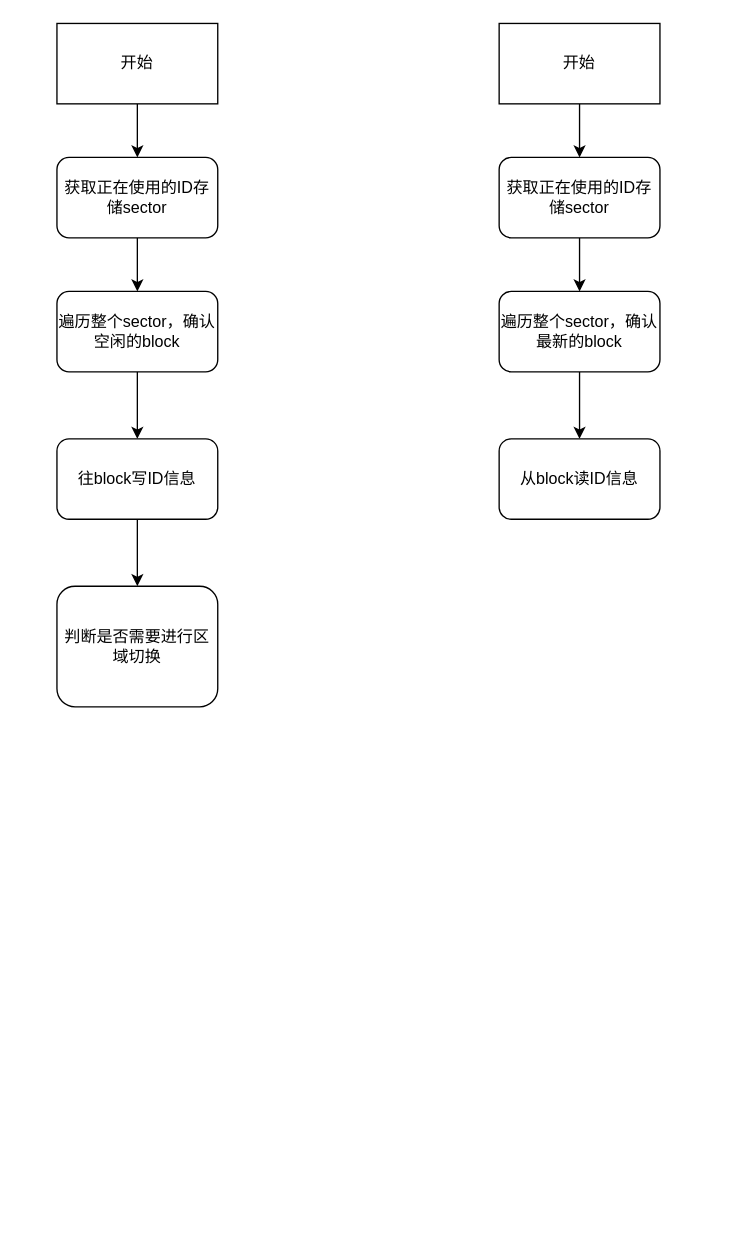
blackfalsehood/mycode keeps this draw.io diagram as page "Page-2" (2 of 3) of P3.drawio. Above is the earlier version. Source tidied: cells renumbered, new cells numbered last; positions are measured from the earlier drawing's top-left corner, leaving out a move shared by most shapes. Both pictures are drawn from the tidied source at 134%, with x=0, y=0 at pixel (56, 23).
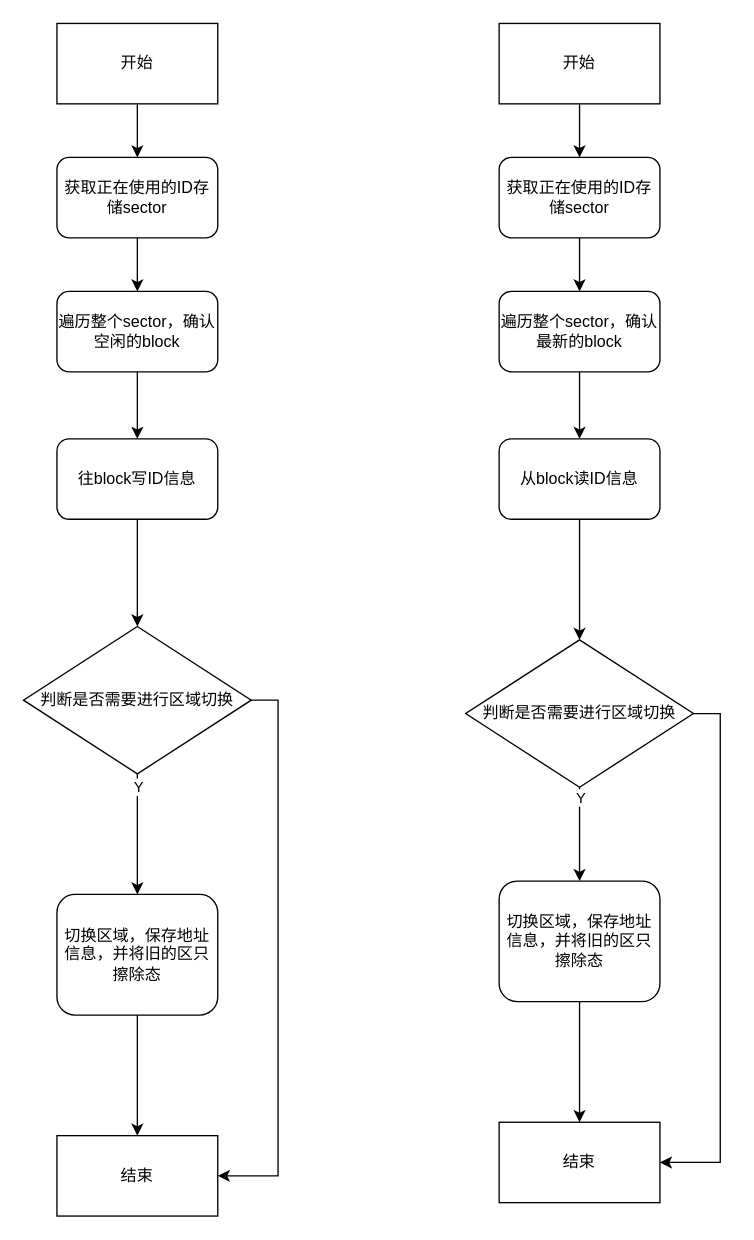
Above is the later version.

The change refers to these unchanged cells:
```xml
<mxCell id="9" value="往block写ID信息" style="rounded=1;whiteSpace=wrap;html=1;" parent="1" vertex="1">
  <mxGeometry y="310" width="120" height="60" as="geometry" />
</mxCell>
<mxCell id="17" value="从block读ID信息" style="rounded=1;whiteSpace=wrap;html=1;" parent="1" vertex="1">
  <mxGeometry x="330" y="310" width="120" height="60" as="geometry" />
</mxCell>
```

Diff of the diagram source:
```diff
@@
-    <mxCell id="8" style="edgeStyle=orthogonalEdgeStyle;rounded=0;jettySize=auto;html=1;" parent="1" edge="1" source="9" target="10">
+    <mxCell id="8" style="edgeStyle=orthogonalEdgeStyle;rounded=0;jettySize=auto;html=1;entryX=0.5;entryY=0;entryDx=0;entryDy=0;" parent="1" edge="1" source="9" target="23">
       <mxGeometry relative="1" as="geometry" />
     </mxCell>
@@
+    <mxCell id="18" style="edgeStyle=orthogonalEdgeStyle;rounded=0;jettySize=auto;html=1;exitX=0.5;exitY=1;exitDx=0;exitDy=0;entryX=0.5;entryY=0;entryDx=0;entryDy=0;" parent="1" edge="1" source="10" target="24">
+      <mxGeometry relative="1" as="geometry" />
+    </mxCell>
-    <mxCell id="10" value="判断是否需要进行区域切换" style="whiteSpace=wrap;html=1;rounded=1;" parent="1" vertex="1">
-      <mxGeometry y="420" width="120" height="90" as="geometry" />
+    <mxCell id="10" value="切换区域，保存地址信息，并将旧的区只擦除态" style="whiteSpace=wrap;html=1;rounded=1;" parent="1" vertex="1">
+      <mxGeometry y="650" width="120" height="90" as="geometry" />
     </mxCell>
@@
+    <mxCell id="19" style="edgeStyle=orthogonalEdgeStyle;rounded=0;jettySize=auto;html=1;exitX=0.5;exitY=1;exitDx=0;exitDy=0;entryX=0.5;entryY=0;entryDx=0;entryDy=0;" parent="1" edge="1" source="17" target="30">
+      <mxGeometry relative="1" as="geometry" />
+    </mxCell>
@@
+    <mxCell id="20" style="edgeStyle=orthogonalEdgeStyle;rounded=0;jettySize=auto;html=1;" parent="1" edge="1" source="23" target="10">
+      <mxGeometry relative="1" as="geometry" />
+    </mxCell>
+    <mxCell id="21" value="Y" style="edgeLabel;html=1;align=center;verticalAlign=middle;" parent="20" vertex="1">
+      <mxGeometry x="-0.8" relative="1" as="geometry" />
+    </mxCell>
+    <mxCell id="22" style="edgeStyle=orthogonalEdgeStyle;rounded=0;jettySize=auto;html=1;exitX=1;exitY=0.5;exitDx=0;exitDy=0;entryX=1;entryY=0.5;entryDx=0;entryDy=0;" parent="1" edge="1" source="23" target="24">
+      <mxGeometry relative="1" as="geometry" />
+    </mxCell>
+    <mxCell id="23" value="&lt;span&gt;判断是否需要进行区域切换&lt;/span&gt;" style="rhombus;whiteSpace=wrap;html=1;" parent="1" vertex="1">
+      <mxGeometry x="-25" y="450" width="170" height="110" as="geometry" />
+    </mxCell>
+    <mxCell id="24" value="结束" style="rounded=0;whiteSpace=wrap;html=1;" parent="1" vertex="1">
+      <mxGeometry y="830" width="120" height="60" as="geometry" />
+    </mxCell>
+    <mxCell id="25" style="edgeStyle=orthogonalEdgeStyle;rounded=0;jettySize=auto;html=1;exitX=0.5;exitY=1;exitDx=0;exitDy=0;entryX=0.5;entryY=0;entryDx=0;entryDy=0;" parent="1" edge="1" source="26" target="31">
+      <mxGeometry relative="1" as="geometry" />
+    </mxCell>
+    <mxCell id="26" value="切换区域，保存地址信息，并将旧的区只擦除态" style="whiteSpace=wrap;html=1;rounded=1;" parent="1" vertex="1">
+      <mxGeometry x="330" y="640" width="120" height="90" as="geometry" />
+    </mxCell>
+    <mxCell id="27" style="edgeStyle=orthogonalEdgeStyle;rounded=0;jettySize=auto;html=1;" parent="1" edge="1" source="30" target="26">
+      <mxGeometry relative="1" as="geometry" />
+    </mxCell>
+    <mxCell id="28" value="Y" style="edgeLabel;html=1;align=center;verticalAlign=middle;" parent="27" vertex="1">
+      <mxGeometry x="-0.8" relative="1" as="geometry" />
+    </mxCell>
+    <mxCell id="29" style="edgeStyle=orthogonalEdgeStyle;rounded=0;jettySize=auto;html=1;exitX=1;exitY=0.5;exitDx=0;exitDy=0;entryX=1;entryY=0.5;entryDx=0;entryDy=0;" parent="1" edge="1" source="30" target="31">
+      <mxGeometry relative="1" as="geometry" />
+    </mxCell>
+    <mxCell id="30" value="&lt;span&gt;判断是否需要进行区域切换&lt;/span&gt;" style="rhombus;whiteSpace=wrap;html=1;" parent="1" vertex="1">
+      <mxGeometry x="305" y="460" width="170" height="110" as="geometry" />
+    </mxCell>
+    <mxCell id="31" value="结束" style="rounded=0;whiteSpace=wrap;html=1;" parent="1" vertex="1">
+      <mxGeometry x="330" y="820" width="120" height="60" as="geometry" />
+    </mxCell>
```
